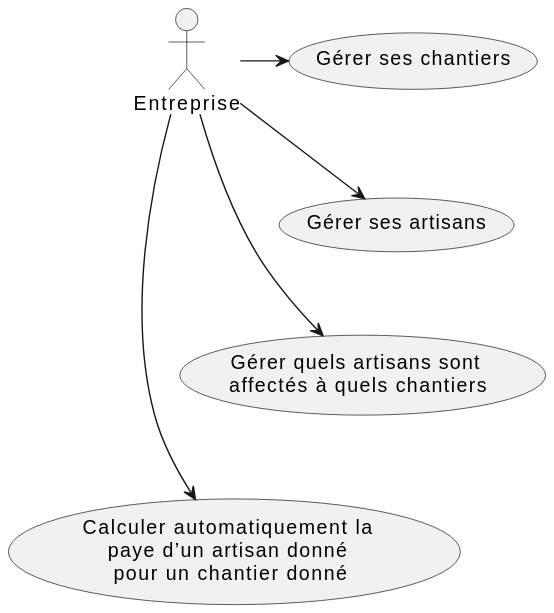
The PlantUML diagram uc.svg in IUT-Blagnac/r2-01-conception-td5-NolanJacquemont, before a commit. Source of this version:
```plantuml
@startuml
usecase c as "Gérer ses chantiers"
usecase a as "Gérer ses artisans"
usecase ac as "Gérer quels artisans sont \naffectés à quels chantiers"
usecase p as "Calculer automatiquement la \npaye d’un artisan donné \npour un chantier donné"

actor Entreprise

c -[hidden]-> a
a -[hidden]-> ac
ac -[hidden]-> p

Entreprise -> c
Entreprise -> a
Entreprise -> ac
Entreprise -> p
@enduml
```
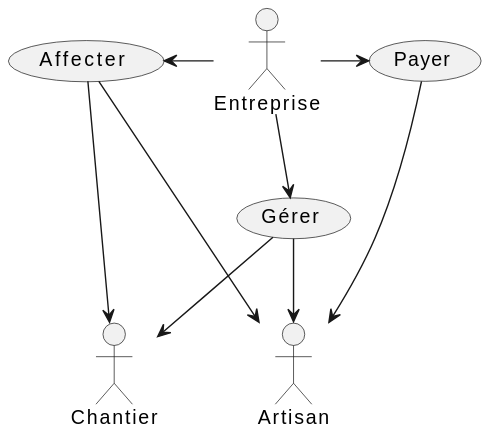
Later version of the same file.

The edit, as a diff of the source:
```diff
@@ -1,17 +1,20 @@
 @startuml
-usecase c as "Gérer ses chantiers"
-usecase a as "Gérer ses artisans"
-usecase ac as "Gérer quels artisans sont \naffectés à quels chantiers"
-usecase p as "Calculer automatiquement la \npaye d’un artisan donné \npour un chantier donné"
+usecase g as "Gérer"
+usecase p as "Payer"
+usecase a as "Affecter"
 
 actor Entreprise
+actor Artisan
+actor Chantier
 
-c -[hidden]-> a
-a -[hidden]-> ac
-ac -[hidden]-> p
+p -[hidden]-> g
 
-Entreprise -> c
-Entreprise -> a
-Entreprise -> ac
+Entreprise -> g
 Entreprise -> p
+a <- Entreprise
+g --> Artisan
+g --> Chantier
+p -> Artisan
+a -> Artisan
+a -> Chantier
 @enduml
```
